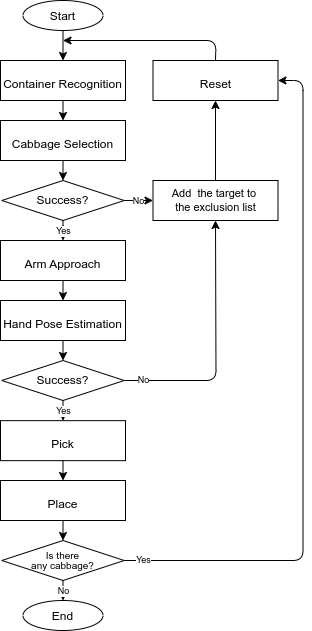
The draw.io diagram flowchart.png in yamachaso/ros_dev, before a commit. Source tidied: cells renumbered, new cells last; positions are measured from the earlier drawing's top-left corner, leaving out a move shared by most shapes.
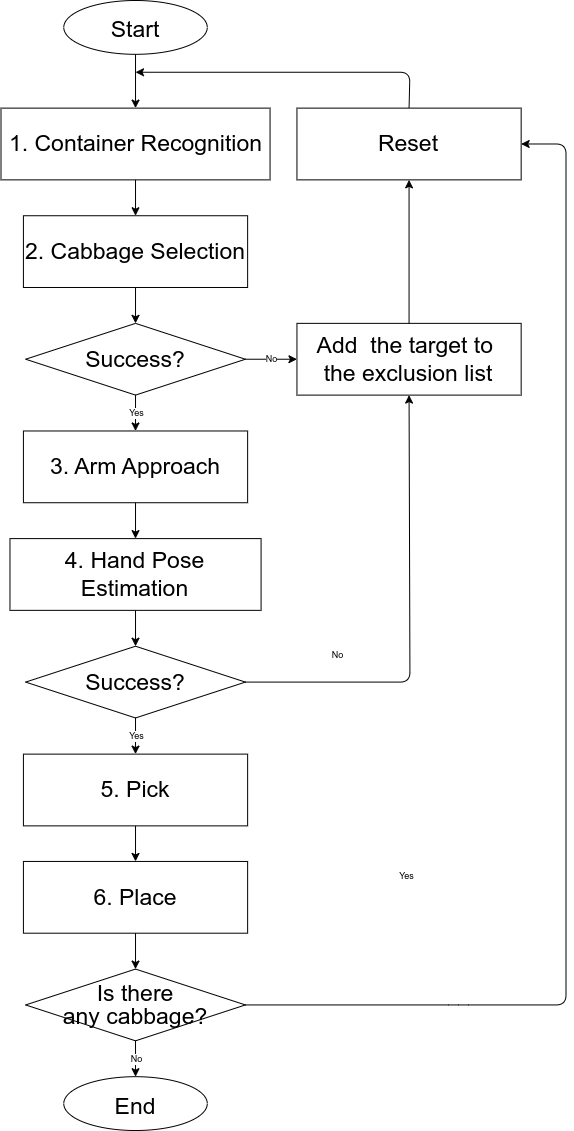
Later version of the same file.

What changed in the source:
```diff
@@ -2,81 +2,78 @@
   <root>
     <mxCell id="0" />
     <mxCell id="1" parent="0" />
-    <mxCell id="2" value="Start" style="ellipse;fontFamily=Helvetica;" parent="1" vertex="1">
-      <mxGeometry x="22.5" width="80" height="30" as="geometry" />
+    <mxCell id="2" value="Start" style="ellipse;fontFamily=Helvetica;fontSize=23;" parent="1" vertex="1">
+      <mxGeometry x="50.3" width="143.5" height="53.8" as="geometry" />
     </mxCell>
+    <mxCell id="4" value="&lt;p style=&quot;font-size: 23px;&quot;&gt;&lt;font style=&quot;font-size: 23px;&quot;&gt;1. Container Recognition&lt;/font&gt;&lt;/p&gt;" style="rounded=0;whiteSpace=wrap;html=1;hachureGap=4;fontFamily=Helvetica;fontSize=23;" parent="1" vertex="1">
+      <mxGeometry x="-12.5" y="107.6" width="269" height="71.7" as="geometry" />
+    </mxCell>
+    <mxCell id="6" value="&lt;span style=&quot;font-size: 23px;&quot;&gt;2. Cabbage Selection&lt;/span&gt;" style="rounded=0;whiteSpace=wrap;html=1;hachureGap=4;fontFamily=Helvetica;fontSize=23;" parent="1" vertex="1">
+      <mxGeometry x="9.9" y="215.2" width="224.2" height="71.7" as="geometry" />
+    </mxCell>
-    <mxCell id="3" style="edgeStyle=none;hachureGap=4;html=1;exitX=0.5;exitY=1;exitDx=0;exitDy=0;entryX=0.5;entryY=0;entryDx=0;entryDy=0;fontFamily=Helvetica;fontSize=12;" parent="1" edge="1" source="4" target="6">
+    <mxCell id="3" style="edgeStyle=none;hachureGap=4;html=1;exitX=0.5;exitY=1;exitDx=0;exitDy=0;entryX=0.5;entryY=0;entryDx=0;entryDy=0;fontFamily=Helvetica;fontSize=23;" parent="1" edge="1" source="4" target="6">
       <mxGeometry relative="1" as="geometry" />
     </mxCell>
-    <mxCell id="4" value="&lt;p&gt;&lt;font style=&quot;font-size: 12px;&quot;&gt;Container Recognition&lt;/font&gt;&lt;/p&gt;" style="rounded=0;whiteSpace=wrap;html=1;hachureGap=4;fontFamily=Helvetica;fontSize=20;" parent="1" vertex="1">
-      <mxGeometry y="60" width="125" height="40" as="geometry" />
-    </mxCell>
-    <mxCell id="5" style="edgeStyle=none;sketch=0;hachureGap=4;jiggle=2;curveFitting=1;html=1;exitX=0.5;exitY=1;exitDx=0;exitDy=0;entryX=0.5;entryY=0;entryDx=0;entryDy=0;fontFamily=Helvetica;fontSize=12;" parent="1" edge="1" source="6" target="15">
-      <mxGeometry relative="1" as="geometry" />
-    </mxCell>
-    <mxCell id="6" value="&lt;span style=&quot;font-size: 12px;&quot;&gt;Cabbage Selection&lt;/span&gt;" style="rounded=0;whiteSpace=wrap;html=1;hachureGap=4;fontFamily=Helvetica;fontSize=20;" parent="1" vertex="1">
-      <mxGeometry y="120" width="125" height="40" as="geometry" />
-    </mxCell>
-    <mxCell id="7" style="edgeStyle=none;sketch=0;hachureGap=4;jiggle=2;curveFitting=1;html=1;exitX=0.5;exitY=1;exitDx=0;exitDy=0;entryX=0.5;entryY=0;entryDx=0;entryDy=0;fontFamily=Helvetica;fontSize=9;" parent="1" edge="1" source="8" target="9">
-      <mxGeometry relative="1" as="geometry" />
-    </mxCell>
-    <mxCell id="8" value="&lt;font style=&quot;font-size: 12px;&quot;&gt;Arm Approach&lt;/font&gt;" style="rounded=0;whiteSpace=wrap;html=1;hachureGap=4;fontFamily=Helvetica;fontSize=20;" parent="1" vertex="1">
-      <mxGeometry y="240" width="125" height="40" as="geometry" />
+    <mxCell id="8" value="&lt;font style=&quot;font-size: 23px;&quot;&gt;3. Arm Approach&lt;/font&gt;" style="rounded=0;whiteSpace=wrap;html=1;hachureGap=4;fontFamily=Helvetica;fontSize=23;" parent="1" vertex="1">
+      <mxGeometry x="9.9" y="430.5" width="224.2" height="71.7" as="geometry" />
     </mxCell>
-    <mxCell id="9" value="&lt;font style=&quot;font-size: 12px;&quot;&gt;Hand Pose Estimation&lt;/font&gt;" style="rounded=0;whiteSpace=wrap;html=1;hachureGap=4;fontFamily=Helvetica;fontSize=20;" parent="1" vertex="1">
-      <mxGeometry y="300" width="125" height="40" as="geometry" />
+    <mxCell id="9" value="&lt;font style=&quot;font-size: 23px;&quot;&gt;4. Hand Pose Estimation&lt;/font&gt;" style="rounded=0;whiteSpace=wrap;html=1;hachureGap=4;fontFamily=Helvetica;fontSize=23;" parent="1" vertex="1">
+      <mxGeometry x="-3.5" y="538.1" width="251.1" height="71.7" as="geometry" />
     </mxCell>
-    <mxCell id="10" style="edgeStyle=none;sketch=0;hachureGap=4;jiggle=2;curveFitting=1;html=1;exitX=0.5;exitY=1;exitDx=0;exitDy=0;entryX=0.5;entryY=0;entryDx=0;entryDy=0;fontFamily=Helvetica;fontSize=9;" parent="1" edge="1" source="11" target="12">
-      <mxGeometry relative="1" as="geometry" />
-    </mxCell>
+    <mxCell id="7" style="edgeStyle=none;sketch=0;hachureGap=4;jiggle=2;curveFitting=1;html=1;exitX=0.5;exitY=1;exitDx=0;exitDy=0;entryX=0.5;entryY=0;entryDx=0;entryDy=0;fontFamily=Helvetica;fontSize=23;" parent="1" edge="1" source="8" target="9">
+      <mxGeometry relative="1" as="geometry" />
+    </mxCell>
-    <mxCell id="11" value="&lt;font style=&quot;font-size: 12px;&quot;&gt;Pick&lt;/font&gt;" style="rounded=0;whiteSpace=wrap;html=1;hachureGap=4;fontFamily=Helvetica;fontSize=20;" parent="1" vertex="1">
-      <mxGeometry y="420.2" width="125" height="40" as="geometry" />
+    <mxCell id="11" value="&lt;font style=&quot;font-size: 23px;&quot;&gt;5. Pick&lt;/font&gt;" style="rounded=0;whiteSpace=wrap;html=1;hachureGap=4;fontFamily=Helvetica;fontSize=23;" parent="1" vertex="1">
+      <mxGeometry x="9.9" y="753.6" width="224.2" height="71.7" as="geometry" />
     </mxCell>
-    <mxCell id="12" value="&lt;font style=&quot;font-size: 12px;&quot;&gt;Place&lt;/font&gt;" style="rounded=0;whiteSpace=wrap;html=1;hachureGap=4;fontFamily=Helvetica;fontSize=20;" parent="1" vertex="1">
-      <mxGeometry y="480" width="125" height="40" as="geometry" />
+    <mxCell id="12" value="&lt;font style=&quot;font-size: 23px;&quot;&gt;6. Place&lt;/font&gt;" style="rounded=0;whiteSpace=wrap;html=1;hachureGap=4;fontFamily=Helvetica;fontSize=23;" parent="1" vertex="1">
+      <mxGeometry x="9.9" y="861" width="224.2" height="71.7" as="geometry" />
     </mxCell>
+    <mxCell id="10" style="edgeStyle=none;sketch=0;hachureGap=4;jiggle=2;curveFitting=1;html=1;exitX=0.5;exitY=1;exitDx=0;exitDy=0;entryX=0.5;entryY=0;entryDx=0;entryDy=0;fontFamily=Helvetica;fontSize=23;" parent="1" edge="1" source="11" target="12">
+      <mxGeometry relative="1" as="geometry" />
+    </mxCell>
-    <mxCell id="13" style="edgeStyle=none;sketch=0;hachureGap=4;jiggle=2;curveFitting=1;html=1;exitX=0.5;exitY=0;exitDx=0;exitDy=0;fontFamily=Helvetica;fontSize=9;" parent="1" edge="1" source="14">
+    <mxCell id="13" style="edgeStyle=none;sketch=0;hachureGap=4;jiggle=2;curveFitting=1;html=1;exitX=0.5;exitY=0;exitDx=0;exitDy=0;fontFamily=Helvetica;fontSize=23;" parent="1" edge="1" source="14">
       <mxGeometry relative="1" as="geometry">
-        <mxPoint x="62.5" y="40" as="targetPoint" />
+        <mxPoint x="122" y="71.7" as="targetPoint" />
         <Array as="points">
-          <mxPoint x="215.5" y="40" />
+          <mxPoint x="396.5" y="71.7" />
         </Array>
       </mxGeometry>
     </mxCell>
-    <mxCell id="14" value="&lt;font style=&quot;font-size: 12px;&quot;&gt;Reset&lt;/font&gt;" style="rounded=0;whiteSpace=wrap;html=1;hachureGap=4;fontFamily=Helvetica;fontSize=20;fillColor=default;glass=0;" parent="1" vertex="1">
-      <mxGeometry x="152.5" y="60" width="125" height="40" as="geometry" />
+    <mxCell id="14" value="&lt;font style=&quot;font-size: 23px;&quot;&gt;Reset&lt;/font&gt;" style="rounded=0;whiteSpace=wrap;html=1;hachureGap=4;fontFamily=Helvetica;fontSize=23;fillColor=default;glass=0;" parent="1" vertex="1">
+      <mxGeometry x="283.5" y="107.6" width="224.2" height="71.7" as="geometry" />
     </mxCell>
-    <mxCell id="15" value="&lt;font style=&quot;font-size: 12px;&quot;&gt;Success?&lt;/font&gt;" style="rhombus;whiteSpace=wrap;html=1;sketch=0;hachureGap=4;jiggle=2;curveFitting=1;fontFamily=Helvetica;fontSize=9;" parent="1" vertex="1">
-      <mxGeometry x="1.2" y="180" width="122.5" height="40" as="geometry" />
+    <mxCell id="15" value="&lt;font style=&quot;font-size: 23px;&quot;&gt;Success?&lt;/font&gt;" style="rhombus;whiteSpace=wrap;html=1;sketch=0;hachureGap=4;jiggle=2;curveFitting=1;fontFamily=Helvetica;fontSize=23;" parent="1" vertex="1">
+      <mxGeometry x="12.2" y="322.9" width="219.7" height="71.7" as="geometry" />
     </mxCell>
-    <mxCell id="16" value="&lt;p style=&quot;line-height: 120%; font-size: 11px;&quot;&gt;&lt;span style=&quot;&quot;&gt;Add&amp;nbsp; the target to&amp;nbsp;&lt;br&gt;the&amp;nbsp;exclusion list&lt;/span&gt;&lt;/p&gt;" style="rounded=0;whiteSpace=wrap;html=1;hachureGap=4;fontFamily=Helvetica;fontSize=20;" parent="1" vertex="1">
-      <mxGeometry x="152.5" y="180" width="125" height="40" as="geometry" />
+    <mxCell id="16" value="&lt;p style=&quot;line-height: 120%; font-size: 23px;&quot;&gt;&lt;span style=&quot;font-size: 23px;&quot;&gt;Add&amp;nbsp; the target to&amp;nbsp;&lt;br style=&quot;font-size: 23px;&quot;&gt;the&amp;nbsp;exclusion list&lt;/span&gt;&lt;/p&gt;" style="rounded=0;whiteSpace=wrap;html=1;hachureGap=4;fontFamily=Helvetica;fontSize=23;" parent="1" vertex="1">
+      <mxGeometry x="283.5" y="322.9" width="224.2" height="71.7" as="geometry" />
     </mxCell>
-    <mxCell id="17" style="edgeStyle=none;sketch=0;hachureGap=4;jiggle=2;curveFitting=1;html=1;exitX=0.5;exitY=1;exitDx=0;exitDy=0;entryX=0.5;entryY=0;entryDx=0;entryDy=0;fontFamily=Helvetica;fontSize=12;" parent="1" edge="1" source="9" target="18">
+    <mxCell id="17" style="edgeStyle=none;sketch=0;hachureGap=4;jiggle=2;curveFitting=1;html=1;exitX=0.5;exitY=1;exitDx=0;exitDy=0;entryX=0.5;entryY=0;entryDx=0;entryDy=0;fontFamily=Helvetica;fontSize=23;" parent="1" edge="1" source="9" target="18">
       <mxGeometry relative="1" as="geometry" />
     </mxCell>
-    <mxCell id="18" value="&lt;font style=&quot;font-size: 12px;&quot;&gt;Success?&lt;/font&gt;" style="rhombus;whiteSpace=wrap;html=1;sketch=0;hachureGap=4;jiggle=2;curveFitting=1;fontFamily=Helvetica;fontSize=9;" parent="1" vertex="1">
-      <mxGeometry x="1.2" y="360" width="122.5" height="40" as="geometry" />
+    <mxCell id="18" value="&lt;font style=&quot;font-size: 23px;&quot;&gt;Success?&lt;/font&gt;" style="rhombus;whiteSpace=wrap;html=1;sketch=0;hachureGap=4;jiggle=2;curveFitting=1;fontFamily=Helvetica;fontSize=23;" parent="1" vertex="1">
+      <mxGeometry x="12.2" y="645.7" width="219.7" height="71.7" as="geometry" />
     </mxCell>
-    <mxCell id="19" style="edgeStyle=none;sketch=0;hachureGap=4;jiggle=2;curveFitting=1;html=1;entryX=0.5;entryY=0;entryDx=0;entryDy=0;fontFamily=Helvetica;fontSize=12;exitX=0.5;exitY=1;exitDx=0;exitDy=0;" parent="1" edge="1" source="12" target="20">
+    <mxCell id="19" style="edgeStyle=none;sketch=0;hachureGap=4;jiggle=2;curveFitting=1;html=1;entryX=0.5;entryY=0;entryDx=0;entryDy=0;fontFamily=Helvetica;fontSize=23;exitX=0.5;exitY=1;exitDx=0;exitDy=0;" parent="1" edge="1" source="12" target="20">
       <mxGeometry relative="1" as="geometry" />
     </mxCell>
-    <mxCell id="20" value="&lt;p style=&quot;line-height: 100%;&quot;&gt;&lt;font style=&quot;font-size: 10px;&quot;&gt;Is there &lt;br style=&quot;font-size: 10px;&quot;&gt;any cabbage?&lt;/font&gt;&lt;/p&gt;" style="rhombus;whiteSpace=wrap;html=1;sketch=0;hachureGap=4;jiggle=2;curveFitting=1;fontFamily=Helvetica;fontSize=10;" parent="1" vertex="1">
-      <mxGeometry x="1.2" y="540" width="122.5" height="40" as="geometry" />
+    <mxCell id="20" value="&lt;p style=&quot;line-height: 100%; font-size: 23px;&quot;&gt;&lt;font style=&quot;font-size: 23px;&quot;&gt;Is there &lt;br style=&quot;font-size: 23px;&quot;&gt;any cabbage?&lt;/font&gt;&lt;/p&gt;" style="rhombus;whiteSpace=wrap;html=1;sketch=0;hachureGap=4;jiggle=2;curveFitting=1;fontFamily=Helvetica;fontSize=23;" parent="1" vertex="1">
+      <mxGeometry x="12.2" y="968.6" width="219.7" height="71.7" as="geometry" />
     </mxCell>
-    <mxCell id="21" value="End" style="ellipse;fontFamily=Helvetica;" parent="1" vertex="1">
-      <mxGeometry x="22.5" y="600" width="80" height="30" as="geometry" />
+    <mxCell id="21" value="End" style="ellipse;fontFamily=Helvetica;fontSize=23;" parent="1" vertex="1">
+      <mxGeometry x="50.3" y="1076.2" width="143.5" height="53.8" as="geometry" />
     </mxCell>
-    <mxCell id="22" style="endArrow=classic;html=1;hachureGap=4;fontFamily=Helvetica;fontSize=7;exitX=0.5;exitY=1;exitDx=0;exitDy=0;entryX=0.5;entryY=0;entryDx=0;entryDy=0;" parent="1" edge="1" source="18" target="11">
+    <mxCell id="22" style="endArrow=classic;html=1;hachureGap=4;fontFamily=Helvetica;fontSize=23;exitX=0.5;exitY=1;exitDx=0;exitDy=0;entryX=0.5;entryY=0;entryDx=0;entryDy=0;" parent="1" edge="1" source="18" target="11">
       <mxGeometry relative="1" as="geometry" />
     </mxCell>
     <mxCell id="23" value="&lt;font style=&quot;font-size: 9px;&quot;&gt;Yes&lt;/font&gt;" style="edgeLabel;html=1;align=center;verticalAlign=middle;sketch=0;hachureGap=4;jiggle=2;curveFitting=1;fontFamily=Helvetica;fontSize=7;" parent="22" vertex="1">
       <mxGeometry relative="1" as="geometry" />
     </mxCell>
-    <mxCell id="24" style="endArrow=classic;html=1;hachureGap=4;fontFamily=Helvetica;fontSize=7;exitX=1;exitY=0.5;exitDx=0;exitDy=0;entryX=0.5;entryY=1;entryDx=0;entryDy=0;" parent="1" edge="1" source="18" target="16">
+    <mxCell id="24" style="endArrow=classic;html=1;hachureGap=4;fontFamily=Helvetica;fontSize=23;exitX=1;exitY=0.5;exitDx=0;exitDy=0;entryX=0.5;entryY=1;entryDx=0;entryDy=0;" parent="1" edge="1" source="18" target="16">
       <mxGeometry relative="1" as="geometry">
         <Array as="points">
-          <mxPoint x="215.5" y="380" />
+          <mxPoint x="396.5" y="681.6" />
         </Array>
       </mxGeometry>
     </mxCell>
@@ -85,37 +82,37 @@
         <mxPoint x="-73" y="34" as="offset" />
       </mxGeometry>
     </mxCell>
-    <mxCell id="26" style="endArrow=classic;html=1;hachureGap=4;fontFamily=Helvetica;fontSize=7;exitX=0.5;exitY=1;exitDx=0;exitDy=0;entryX=0.5;entryY=0;entryDx=0;entryDy=0;" parent="1" edge="1" source="20" target="21">
+    <mxCell id="26" style="endArrow=classic;html=1;hachureGap=4;fontFamily=Helvetica;fontSize=23;exitX=0.5;exitY=1;exitDx=0;exitDy=0;entryX=0.5;entryY=0;entryDx=0;entryDy=0;" parent="1" edge="1" source="20" target="21">
       <mxGeometry relative="1" as="geometry" />
     </mxCell>
     <mxCell id="27" value="&lt;font style=&quot;font-size: 9px;&quot;&gt;No&lt;/font&gt;" style="edgeLabel;html=1;align=center;verticalAlign=middle;sketch=0;hachureGap=4;jiggle=2;curveFitting=1;fontFamily=Helvetica;fontSize=7;" parent="26" vertex="1">
       <mxGeometry relative="1" as="geometry" />
     </mxCell>
-    <mxCell id="28" style="endArrow=classic;html=1;hachureGap=4;fontFamily=Helvetica;fontSize=7;exitX=0.5;exitY=1;exitDx=0;exitDy=0;entryX=0.5;entryY=0;entryDx=0;entryDy=0;" parent="1" edge="1" source="15" target="8">
+    <mxCell id="28" style="endArrow=classic;html=1;hachureGap=4;fontFamily=Helvetica;fontSize=23;exitX=0.5;exitY=1;exitDx=0;exitDy=0;entryX=0.5;entryY=0;entryDx=0;entryDy=0;" parent="1" edge="1" source="15" target="8">
       <mxGeometry relative="1" as="geometry">
         <Array as="points">
-          <mxPoint x="62.5" y="230" />
+          <mxPoint x="122" y="412.5" />
         </Array>
       </mxGeometry>
     </mxCell>
     <mxCell id="29" value="&lt;font style=&quot;font-size: 9px;&quot;&gt;Yes&lt;/font&gt;" style="edgeLabel;html=1;align=center;verticalAlign=middle;sketch=0;hachureGap=4;jiggle=2;curveFitting=1;fontFamily=Helvetica;fontSize=7;" parent="28" vertex="1">
       <mxGeometry relative="1" as="geometry" />
     </mxCell>
-    <mxCell id="30" style="endArrow=classic;html=1;hachureGap=4;fontFamily=Helvetica;fontSize=7;exitX=1;exitY=0.5;exitDx=0;exitDy=0;entryX=0;entryY=0.5;entryDx=0;entryDy=0;" parent="1" edge="1" source="15" target="16">
+    <mxCell id="30" style="endArrow=classic;html=1;hachureGap=4;fontFamily=Helvetica;fontSize=23;exitX=1;exitY=0.5;exitDx=0;exitDy=0;entryX=0;entryY=0.5;entryDx=0;entryDy=0;" parent="1" edge="1" source="15" target="16">
       <mxGeometry relative="1" as="geometry" />
     </mxCell>
     <mxCell id="31" value="&lt;font style=&quot;font-size: 9px;&quot;&gt;No&lt;/font&gt;" style="edgeLabel;html=1;align=center;verticalAlign=middle;sketch=0;hachureGap=4;jiggle=2;curveFitting=1;fontFamily=Helvetica;fontSize=7;" parent="30" vertex="1">
       <mxGeometry relative="1" as="geometry" />
     </mxCell>
-    <mxCell id="32" style="edgeStyle=none;sketch=0;hachureGap=4;jiggle=2;curveFitting=1;html=1;exitX=0.5;exitY=0;exitDx=0;exitDy=0;entryX=0.5;entryY=1;entryDx=0;entryDy=0;fontFamily=Helvetica;fontSize=12;" parent="1" edge="1" source="16" target="14">
+    <mxCell id="32" style="edgeStyle=none;sketch=0;hachureGap=4;jiggle=2;curveFitting=1;html=1;exitX=0.5;exitY=0;exitDx=0;exitDy=0;entryX=0.5;entryY=1;entryDx=0;entryDy=0;fontFamily=Helvetica;fontSize=23;" parent="1" edge="1" source="16" target="14">
       <mxGeometry relative="1" as="geometry" />
     </mxCell>
-    <mxCell id="33" style="endArrow=classic;html=1;hachureGap=4;fontFamily=Helvetica;fontSize=7;exitX=1;exitY=0.5;exitDx=0;exitDy=0;entryX=1;entryY=0.5;entryDx=0;entryDy=0;" parent="1" edge="1" source="20" target="14">
+    <mxCell id="33" style="endArrow=classic;html=1;hachureGap=4;fontFamily=Helvetica;fontSize=23;exitX=1;exitY=0.5;exitDx=0;exitDy=0;entryX=1;entryY=0.5;entryDx=0;entryDy=0;" parent="1" edge="1" source="20" target="14">
       <mxGeometry relative="1" as="geometry">
         <Array as="points">
-          <mxPoint x="242.5" y="560" />
-          <mxPoint x="302.5" y="560" />
-          <mxPoint x="302.5" y="80" />
+          <mxPoint x="444.9" y="1004.4" />
+          <mxPoint x="552.5" y="1004.4" />
+          <mxPoint x="552.5" y="143.5" />
         </Array>
       </mxGeometry>
     </mxCell>
@@ -124,7 +121,10 @@
         <mxPoint x="-160" y="163" as="offset" />
       </mxGeometry>
     </mxCell>
+    <mxCell id="5" style="edgeStyle=none;sketch=0;hachureGap=4;jiggle=2;curveFitting=1;html=1;exitX=0.5;exitY=1;exitDx=0;exitDy=0;entryX=0.5;entryY=0;entryDx=0;entryDy=0;fontFamily=Helvetica;fontSize=23;" parent="1" edge="1" source="6" target="15">
+      <mxGeometry relative="1" as="geometry" />
+    </mxCell>
-    <mxCell id="35" style="edgeStyle=none;hachureGap=4;html=1;exitX=0.5;exitY=1;exitDx=0;exitDy=0;entryX=0.5;entryY=0;entryDx=0;entryDy=0;fontFamily=Helvetica;fontSize=12;" parent="1" edge="1" source="2" target="4">
+    <mxCell id="35" style="edgeStyle=none;hachureGap=4;html=1;exitX=0.5;exitY=1;exitDx=0;exitDy=0;entryX=0.5;entryY=0;entryDx=0;entryDy=0;fontFamily=Helvetica;fontSize=23;" parent="1" edge="1" source="2" target="4">
       <mxGeometry relative="1" as="geometry" />
     </mxCell>
   </root>
```
